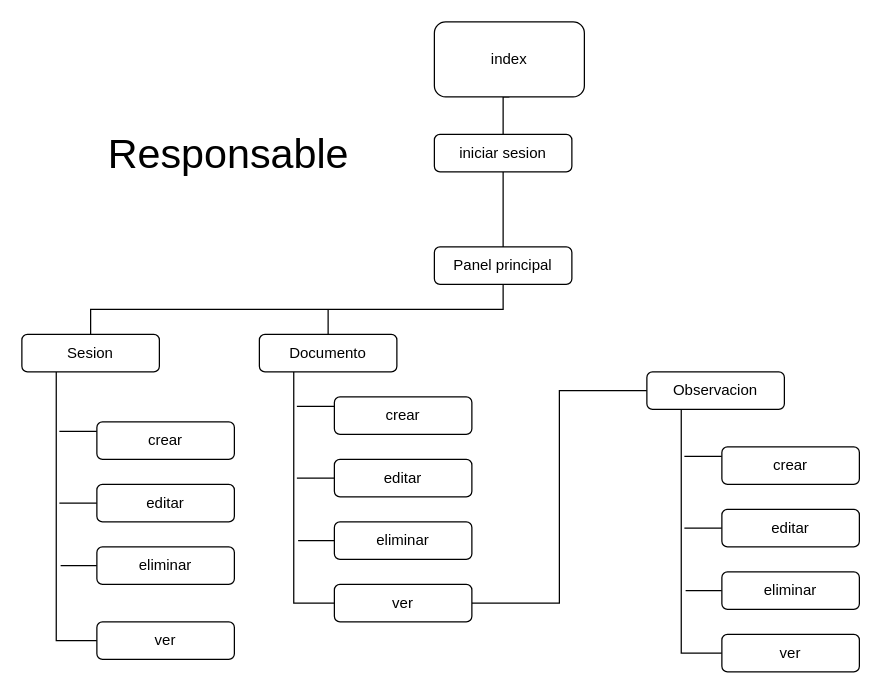
Earlier version of the draw.io diagram doc/Nav_Responsable.drawio (gabo2600/sesion). Source tidied: cells renumbered, new cells numbered last; positions are measured from the earlier drawing's top-left corner, leaving out a move shared by most shapes. Both pictures are drawn from the tidied source at 125%, with x=0, y=0 at pixel (21, 21).
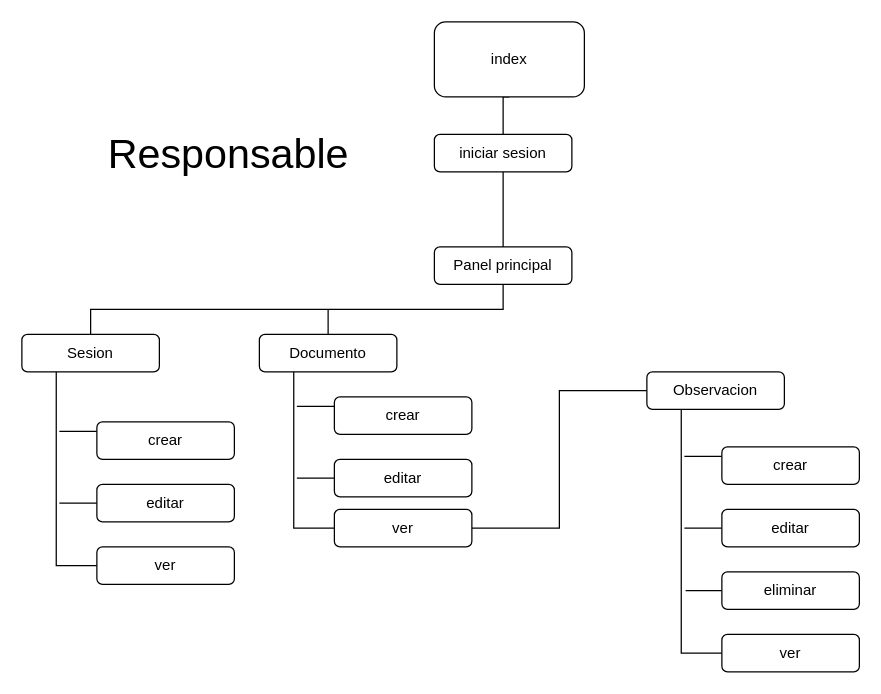
After the change.

What changed in the source:
```diff
@@
     <mxCell id="12" value="ver" style="rounded=1;whiteSpace=wrap;html=1;" parent="1" vertex="1">
-      <mxGeometry x="250" y="450" width="110" height="30" as="geometry" />
+      <mxGeometry x="250" y="390" width="110" height="30" as="geometry" />
     </mxCell>
@@
     <mxCell id="15" value="ver" style="rounded=1;whiteSpace=wrap;html=1;" parent="1" vertex="1">
-      <mxGeometry x="60" y="480" width="110" height="30" as="geometry" />
+      <mxGeometry x="60" y="420" width="110" height="30" as="geometry" />
     </mxCell>
@@
-    <mxCell id="29" style="edgeStyle=orthogonalEdgeStyle;rounded=0;jettySize=auto;html=1;exitX=0;exitY=0.5;exitDx=0;exitDy=0;endArrow=none;endFill=0;" parent="1" edge="1" source="30">
-      <mxGeometry relative="1" as="geometry">
-        <mxPoint x="221" y="415" as="targetPoint" />
-      </mxGeometry>
-    </mxCell>
-    <mxCell id="30" value="eliminar" style="rounded=1;whiteSpace=wrap;html=1;" parent="1" vertex="1">
-      <mxGeometry x="250" y="400" width="110" height="30" as="geometry" />
-    </mxCell>
@@
-    <mxCell id="35" style="edgeStyle=orthogonalEdgeStyle;rounded=0;jettySize=auto;html=1;exitX=0;exitY=0.5;exitDx=0;exitDy=0;endArrow=none;endFill=0;" parent="1" edge="1" source="36">
-      <mxGeometry relative="1" as="geometry">
-        <mxPoint x="31" y="435" as="targetPoint" />
-      </mxGeometry>
-    </mxCell>
-    <mxCell id="36" value="eliminar" style="rounded=1;whiteSpace=wrap;html=1;" parent="1" vertex="1">
-      <mxGeometry x="60" y="420" width="110" height="30" as="geometry" />
-    </mxCell>
```
